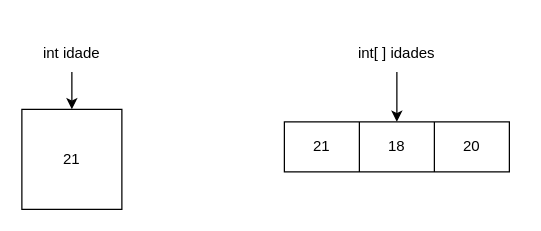
Before: array.drawio in mateus-s-a/Aprendizado-Java, a draw.io diagram. Source tidied: cells renumbered, new cells numbered last; positions are measured from the earlier drawing's top-left corner, leaving out a move shared by most shapes. Both pictures are drawn from the tidied source at 125%, with x=0, y=0 at pixel (21, 34).
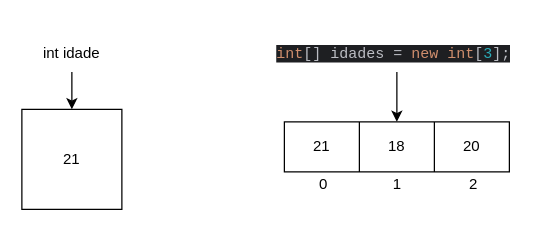
The same diagram, later.

What changed in the source:
```diff
@@
 <mxGraphModel>
   <root>
     <mxCell id="0" />
     <mxCell id="1" parent="0" />
     <mxCell id="2" style="edgeStyle=orthogonalEdgeStyle;rounded=0;jettySize=auto;html=1;" parent="1" edge="1" source="3" target="4">
       <mxGeometry relative="1" as="geometry" />
     </mxCell>
     <mxCell id="3" value="&lt;div&gt;int idade&lt;/div&gt;" style="text;strokeColor=none;align=center;fillColor=none;html=1;verticalAlign=middle;whiteSpace=wrap;rounded=0;" parent="1" vertex="1">
       <mxGeometry x="10" width="60" height="30" as="geometry" />
     </mxCell>
     <mxCell id="4" value="21" style="whiteSpace=wrap;html=1;" parent="1" vertex="1">
       <mxGeometry y="60" width="80" height="80" as="geometry" />
     </mxCell>
-    <mxCell id="5" value="int[ ] idades" style="text;strokeColor=none;align=center;fillColor=none;html=1;verticalAlign=middle;whiteSpace=wrap;rounded=0;" parent="1" vertex="1">
-      <mxGeometry x="265" width="70" height="30" as="geometry" />
-    </mxCell>
     <mxCell id="6" style="shape=table;startSize=0;childLayout=tableLayout;" parent="1" vertex="1">
       <mxGeometry x="210" y="70" width="180" height="40" as="geometry" />
     </mxCell>
     <mxCell id="7" style="shape=tableRow;horizontal=0;startSize=0;swimlaneHead=0;swimlaneBody=0;strokeColor=inherit;top=0;left=0;bottom=0;right=0;fillColor=none;points=[[0,0.5],[1,0.5]];portConstraint=eastwest;" parent="6" vertex="1">
       <mxGeometry width="180" height="40" as="geometry" />
     </mxCell>
     <mxCell id="8" value="21" style="shape=partialRectangle;html=1;whiteSpace=wrap;strokeColor=inherit;overflow=hidden;fillColor=none;top=0;left=0;bottom=0;right=0;" parent="7" vertex="1">
       <mxGeometry width="60" height="40" as="geometry" />
     </mxCell>
     <mxCell id="9" value="18" style="shape=partialRectangle;html=1;whiteSpace=wrap;strokeColor=inherit;overflow=hidden;fillColor=none;top=0;left=0;bottom=0;right=0;" parent="7" vertex="1">
       <mxGeometry x="60" width="60" height="40" as="geometry" />
     </mxCell>
     <mxCell id="10" value="20" style="shape=partialRectangle;html=1;whiteSpace=wrap;strokeColor=inherit;overflow=hidden;fillColor=none;top=0;left=0;bottom=0;right=0;" parent="7" vertex="1">
       <mxGeometry x="120" width="60" height="40" as="geometry" />
     </mxCell>
-    <mxCell id="11" style="edgeStyle=orthogonalEdgeStyle;rounded=0;jettySize=auto;html=1;entryX=0.5;entryY=0;entryDx=0;entryDy=0;entryPerimeter=0;" parent="1" edge="1" source="5" target="7">
+    <mxCell id="11" style="edgeStyle=orthogonalEdgeStyle;rounded=0;jettySize=auto;html=1;entryX=0.5;entryY=0;entryDx=0;entryDy=0;entryPerimeter=0;exitX=0.5;exitY=1;exitDx=0;exitDy=0;" parent="1" edge="1" source="12" target="7">
       <mxGeometry relative="1" as="geometry" />
     </mxCell>
+    <mxCell id="12" value="&lt;div style=&quot;background-color:#1e1f22;color:#bcbec4&quot;&gt;&lt;pre style=&quot;font-family:'JetBrains Mono',monospace;font-size:9,8pt;&quot;&gt;&lt;span style=&quot;color:#cf8e6d;&quot;&gt;int&lt;/span&gt;[] idades = &lt;span style=&quot;color:#cf8e6d;&quot;&gt;new int&lt;/span&gt;[&lt;span style=&quot;color:#2aacb8;&quot;&gt;3&lt;/span&gt;];&lt;/pre&gt;&lt;/div&gt;" style="text;whiteSpace=wrap;html=1;" parent="1" vertex="1">
+      <mxGeometry x="202" y="-10" width="196" height="40" as="geometry" />
+    </mxCell>
+    <mxCell id="13" value="&lt;div&gt;0&lt;/div&gt;" style="text;strokeColor=none;align=center;fillColor=none;html=1;verticalAlign=middle;whiteSpace=wrap;rounded=0;" parent="1" vertex="1">
+      <mxGeometry x="231" y="110" width="21" height="20" as="geometry" />
+    </mxCell>
+    <mxCell id="14" value="1" style="text;strokeColor=none;align=center;fillColor=none;html=1;verticalAlign=middle;whiteSpace=wrap;rounded=0;" parent="1" vertex="1">
+      <mxGeometry x="289.5" y="110" width="21" height="20" as="geometry" />
+    </mxCell>
+    <mxCell id="15" value="2" style="text;strokeColor=none;align=center;fillColor=none;html=1;verticalAlign=middle;whiteSpace=wrap;rounded=0;" parent="1" vertex="1">
+      <mxGeometry x="351" y="110" width="21" height="20" as="geometry" />
+    </mxCell>
   </root>
 </mxGraphModel>
```
